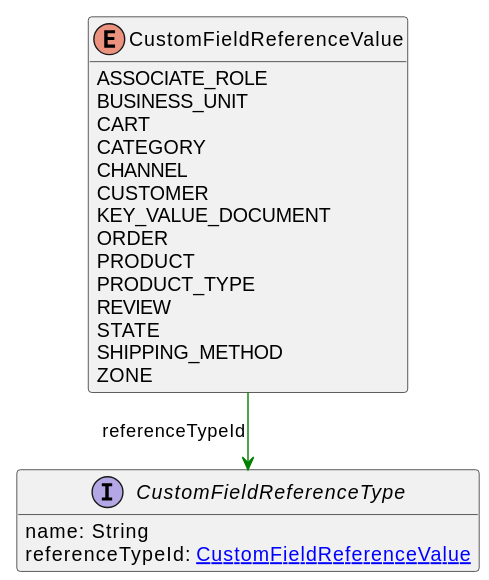
Before: uml/api/svg/CustomFieldReferenceValue.svg, a diagram exported from PlantUML (commercetools/commercetools-api-reference).
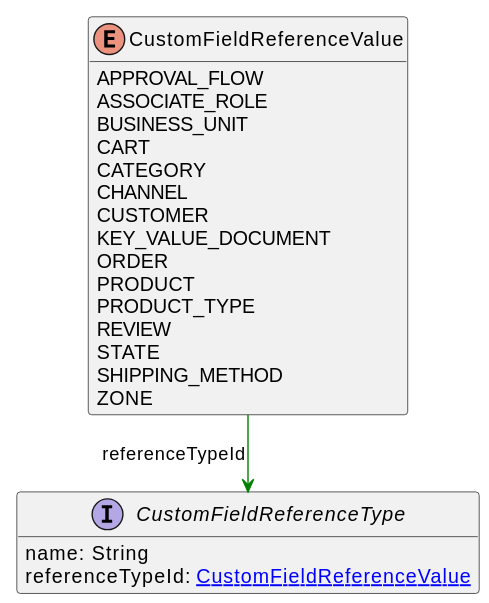
Later version of the same file.

Change to the diagram source:
```diff
@@ -2,6 +2,7 @@
 !pragma layout elk
 hide methods
 enum CustomFieldReferenceValue {
+    APPROVAL_FLOW
     ASSOCIATE_ROLE
     BUSINESS_UNIT
     CART
```
